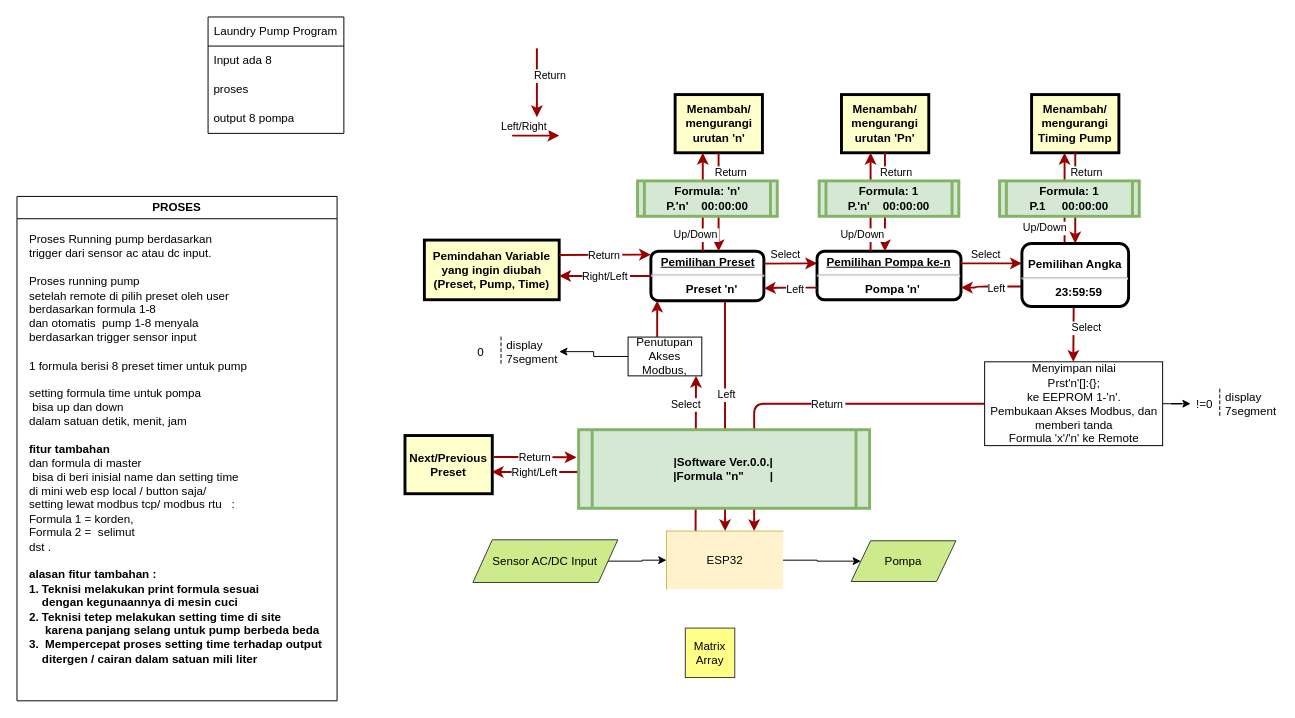
Earlier version of the draw.io diagram Diagram Main Program.drawio (taoofeexs/SharingCode). Source tidied: cells renumbered, new cells numbered last; positions are measured from the earlier drawing's top-left corner, leaving out a move shared by most shapes. Both pictures are drawn from the tidied source at 97%, with x=0, y=0 at pixel (16, 16).
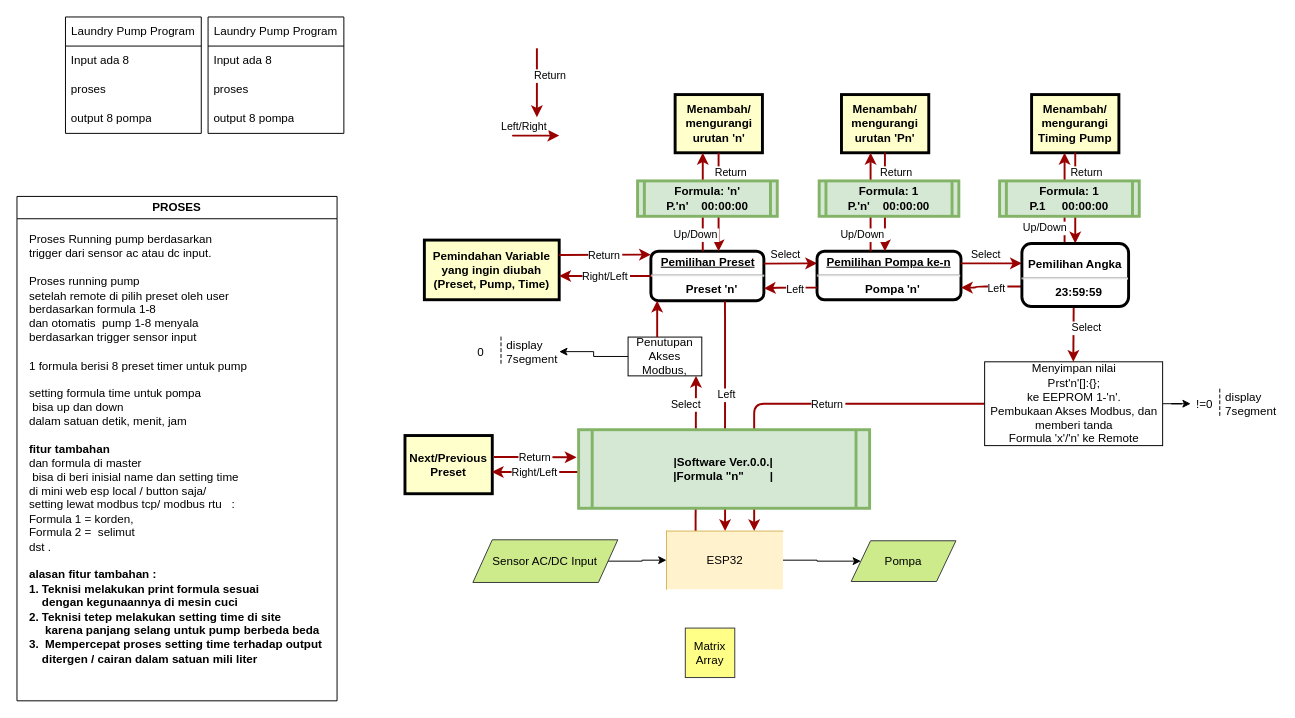
After the change.

The edit, as a diff of the source:
```diff
@@
+    <mxCell id="55" value="Laundry Pump Program" style="swimlane;fontStyle=0;horizontal=1;startSize=30;whiteSpace=wrap;html=1;" parent="1" vertex="1">
+      <mxGeometry x="50" width="140" height="120" as="geometry" />
+    </mxCell>
+    <mxCell id="56" value="Input ada 8&amp;nbsp;" style="text;strokeColor=none;fillColor=none;align=left;verticalAlign=middle;spacingLeft=4;spacingRight=4;overflow=hidden;whiteSpace=wrap;html=1;" parent="55" vertex="1">
+      <mxGeometry y="30" width="140" height="30" as="geometry" />
+    </mxCell>
+    <mxCell id="57" value="proses" style="text;strokeColor=none;fillColor=none;align=left;verticalAlign=middle;spacingLeft=4;spacingRight=4;overflow=hidden;whiteSpace=wrap;html=1;" parent="55" vertex="1">
+      <mxGeometry y="60" width="140" height="30" as="geometry" />
+    </mxCell>
+    <mxCell id="58" value="output 8 pompa" style="text;strokeColor=none;fillColor=none;align=left;verticalAlign=middle;spacingLeft=4;spacingRight=4;overflow=hidden;whiteSpace=wrap;html=1;" parent="55" vertex="1">
+      <mxGeometry y="90" width="140" height="30" as="geometry" />
+    </mxCell>
```
